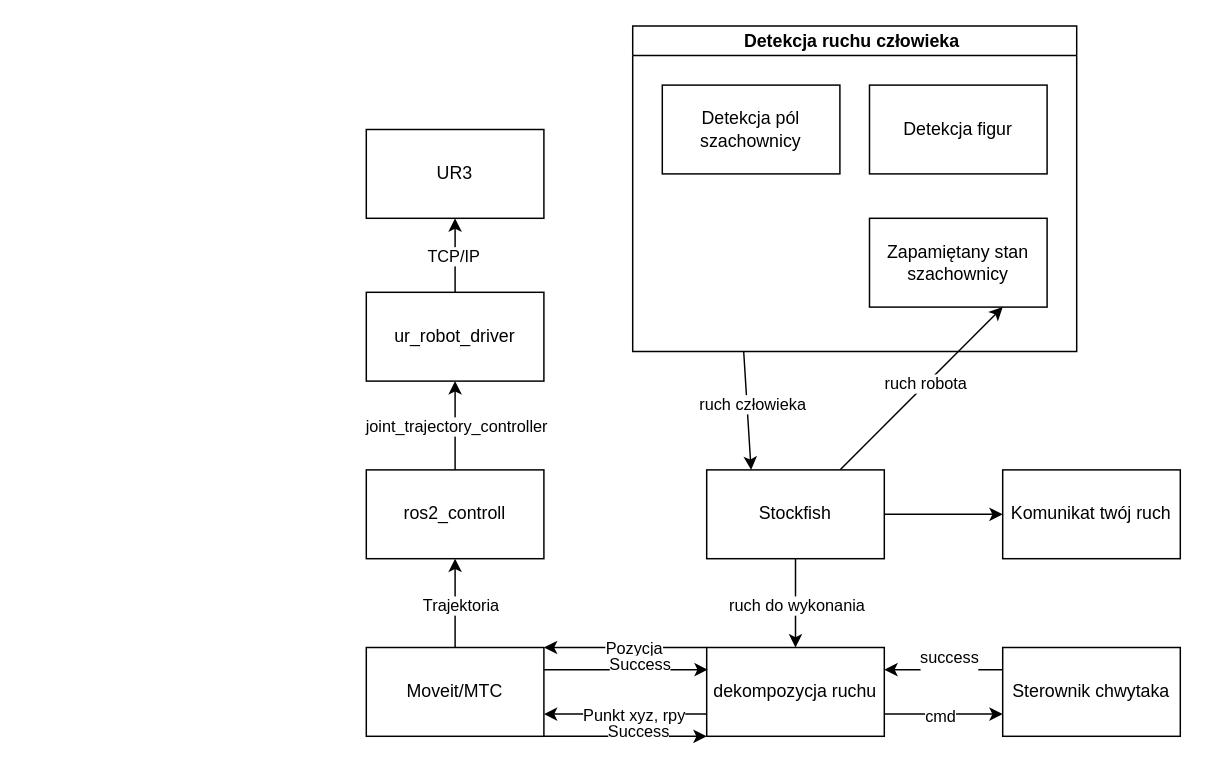
Above: diagram.drawio in igorsiata/ur3_chess_player (draw.io), before the change. Source tidied: cells renumbered, new cells numbered last; positions are measured from the earlier drawing's top-left corner, leaving out a move shared by most shapes. Both pictures are drawn from the tidied source at 148%, with x=0, y=0 at pixel (366, 25).
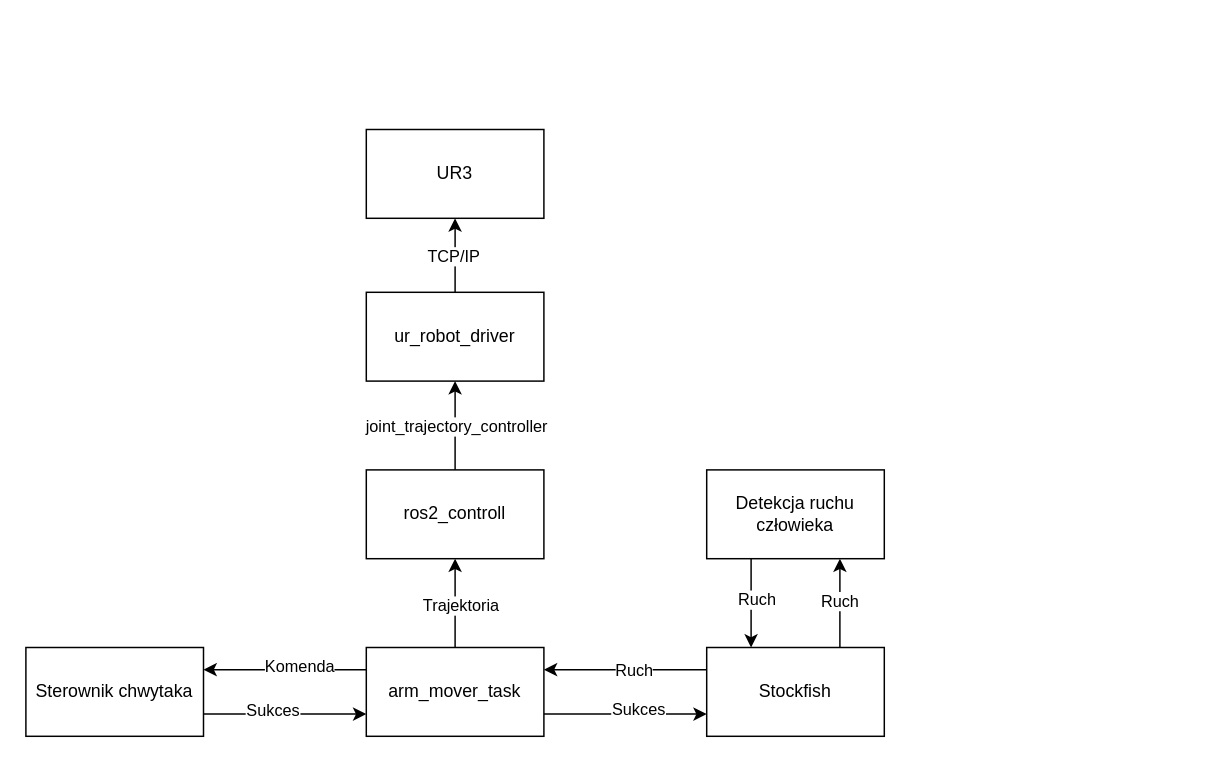
After the change.

Diff of the diagram source:
```diff
@@
-    <mxCell id="8" style="edgeStyle=none;html=1;exitX=1;exitY=1;exitDx=0;exitDy=0;entryX=0;entryY=1;entryDx=0;entryDy=0;" parent="1" edge="1" source="10" target="26">
-      <mxGeometry relative="1" as="geometry" />
-    </mxCell>
-    <mxCell id="9" value="Success" style="edgeLabel;html=1;align=center;verticalAlign=middle;" parent="8" vertex="1">
-      <mxGeometry x="0.15" y="4" relative="1" as="geometry" />
-    </mxCell>
+    <mxCell id="39" style="edgeStyle=none;html=1;exitX=0;exitY=0.25;exitDx=0;exitDy=0;entryX=1;entryY=0.25;entryDx=0;entryDy=0;" parent="1" edge="1" source="10" target="29">
+      <mxGeometry relative="1" as="geometry" />
+    </mxCell>
+    <mxCell id="40" value="Komenda" style="edgeLabel;html=1;align=center;verticalAlign=middle;" parent="39" vertex="1">
+      <mxGeometry x="-0.17" y="-3" relative="1" as="geometry" />
+    </mxCell>
-    <mxCell id="10" value="Moveit/MTC" style="rounded=0;whiteSpace=wrap;html=1;" parent="1" vertex="1">
+    <mxCell id="10" value="arm_mover_task" style="rounded=0;whiteSpace=wrap;html=1;" parent="1" vertex="1">
       <mxGeometry y="420" width="120" height="60" as="geometry" />
     </mxCell>
@@
-    <mxCell id="14" style="edgeStyle=none;html=1;" parent="1" edge="1" source="19" target="26">
-      <mxGeometry relative="1" as="geometry" />
-    </mxCell>
-    <mxCell id="15" value="ruch do wykonania" style="edgeLabel;html=1;align=center;verticalAlign=middle;" parent="14" vertex="1">
-      <mxGeometry x="0.02" relative="1" as="geometry" />
-    </mxCell>
-    <mxCell id="16" style="edgeStyle=none;html=1;exitX=1;exitY=0.5;exitDx=0;exitDy=0;entryX=0;entryY=0.5;entryDx=0;entryDy=0;" parent="1" edge="1" source="19" target="32">
-      <mxGeometry relative="1" as="geometry" />
-    </mxCell>
-    <mxCell id="17" style="edgeStyle=none;html=1;exitX=0.75;exitY=0;exitDx=0;exitDy=0;entryX=0.75;entryY=1;entryDx=0;entryDy=0;" parent="1" edge="1" source="19" target="38">
+    <mxCell id="17" style="edgeStyle=none;html=1;exitX=0.75;exitY=0;exitDx=0;exitDy=0;entryX=0.75;entryY=1;entryDx=0;entryDy=0;" parent="1" edge="1" source="26" target="35">
       <mxGeometry relative="1" as="geometry" />
     </mxCell>
-    <mxCell id="18" value="ruch robota" style="edgeLabel;html=1;align=center;verticalAlign=middle;" parent="17" vertex="1">
+    <mxCell id="18" value="Ruch" style="edgeLabel;html=1;align=center;verticalAlign=middle;" parent="17" vertex="1">
       <mxGeometry x="0.05" y="1" relative="1" as="geometry" />
     </mxCell>
-    <mxCell id="19" value="Stockfish" style="rounded=0;whiteSpace=wrap;html=1;" parent="1" vertex="1">
-      <mxGeometry x="230" y="300" width="120" height="60" as="geometry" />
-    </mxCell>
-    <mxCell id="20" style="edgeStyle=none;html=1;exitX=1;exitY=0.75;exitDx=0;exitDy=0;entryX=0;entryY=0.75;entryDx=0;entryDy=0;" parent="1" edge="1" source="26" target="29">
-      <mxGeometry relative="1" as="geometry" />
-    </mxCell>
-    <mxCell id="21" value="cmd" style="edgeLabel;html=1;align=center;verticalAlign=middle;" parent="20" vertex="1">
-      <mxGeometry x="-0.08" y="-1" relative="1" as="geometry" />
-    </mxCell>
-    <mxCell id="22" style="edgeStyle=none;html=1;exitX=0;exitY=0.75;exitDx=0;exitDy=0;entryX=1;entryY=0.75;entryDx=0;entryDy=0;" parent="1" edge="1" source="26" target="10">
-      <mxGeometry relative="1" as="geometry" />
-    </mxCell>
-    <mxCell id="23" value="Punkt xyz, rpy" style="edgeLabel;html=1;align=center;verticalAlign=middle;" parent="22" vertex="1">
-      <mxGeometry x="-0.09" relative="1" as="geometry" />
-    </mxCell>
-    <mxCell id="24" style="edgeStyle=none;html=1;exitX=0;exitY=0;exitDx=0;exitDy=0;entryX=1;entryY=0;entryDx=0;entryDy=0;" parent="1" edge="1" source="26" target="10">
+    <mxCell id="24" style="edgeStyle=none;html=1;exitX=0;exitY=0.25;exitDx=0;exitDy=0;entryX=1;entryY=0.25;entryDx=0;entryDy=0;" parent="1" edge="1" source="26" target="10">
       <mxGeometry relative="1" as="geometry" />
     </mxCell>
-    <mxCell id="25" value="Pozycja" style="edgeLabel;html=1;align=center;verticalAlign=middle;" parent="24" vertex="1">
+    <mxCell id="25" value="Ruch" style="edgeLabel;html=1;align=center;verticalAlign=middle;" parent="24" vertex="1">
       <mxGeometry x="0.22" y="1" relative="1" as="geometry">
         <mxPoint x="17" y="-1" as="offset" />
       </mxGeometry>
     </mxCell>
-    <mxCell id="26" value="dekompozycja ruchu" style="rounded=0;whiteSpace=wrap;html=1;" parent="1" vertex="1">
+    <mxCell id="26" value="Stockfish" style="rounded=0;whiteSpace=wrap;html=1;" parent="1" vertex="1">
       <mxGeometry x="230" y="420" width="120" height="60" as="geometry" />
     </mxCell>
-    <mxCell id="27" style="edgeStyle=none;html=1;entryX=1;entryY=0.25;entryDx=0;entryDy=0;exitX=0;exitY=0.25;exitDx=0;exitDy=0;" parent="1" edge="1" source="29" target="26">
-      <mxGeometry relative="1" as="geometry" />
-    </mxCell>
-    <mxCell id="28" value="success&lt;div&gt;&lt;br&gt;&lt;/div&gt;" style="edgeLabel;html=1;align=center;verticalAlign=middle;" parent="27" vertex="1">
-      <mxGeometry x="-0.08" y="-2" relative="1" as="geometry" />
-    </mxCell>
+    <mxCell id="41" style="edgeStyle=none;html=1;exitX=1;exitY=0.75;exitDx=0;exitDy=0;entryX=0;entryY=0.75;entryDx=0;entryDy=0;" parent="1" edge="1" source="29" target="10">
+      <mxGeometry relative="1" as="geometry" />
+    </mxCell>
+    <mxCell id="42" value="Sukces" style="edgeLabel;html=1;align=center;verticalAlign=middle;" parent="41" vertex="1">
+      <mxGeometry x="-0.17" y="3" relative="1" as="geometry" />
+    </mxCell>
     <mxCell id="29" value="Sterownik chwytaka" style="rounded=0;whiteSpace=wrap;html=1;" parent="1" vertex="1">
-      <mxGeometry x="430" y="420" width="120" height="60" as="geometry" />
+      <mxGeometry x="-230" y="420" width="120" height="60" as="geometry" />
     </mxCell>
-    <mxCell id="30" style="edgeStyle=none;html=1;entryX=0.006;entryY=0.25;entryDx=0;entryDy=0;entryPerimeter=0;exitX=1;exitY=0.25;exitDx=0;exitDy=0;" parent="1" edge="1" source="10" target="26">
+    <mxCell id="30" style="edgeStyle=none;html=1;entryX=0;entryY=0.75;entryDx=0;entryDy=0;exitX=1;exitY=0.75;exitDx=0;exitDy=0;" parent="1" edge="1" source="10" target="26">
       <mxGeometry relative="1" as="geometry" />
     </mxCell>
-    <mxCell id="31" value="Success" style="edgeLabel;html=1;align=center;verticalAlign=middle;" parent="30" vertex="1">
+    <mxCell id="31" value="Sukces" style="edgeLabel;html=1;align=center;verticalAlign=middle;" parent="30" vertex="1">
       <mxGeometry x="0.15" y="4" relative="1" as="geometry" />
     </mxCell>
-    <mxCell id="32" value="Komunikat twój ruch" style="rounded=0;whiteSpace=wrap;html=1;" parent="1" vertex="1">
-      <mxGeometry x="430" y="300" width="120" height="60" as="geometry" />
-    </mxCell>
-    <mxCell id="33" style="edgeStyle=none;html=1;entryX=0.25;entryY=0;entryDx=0;entryDy=0;exitX=0.25;exitY=1;exitDx=0;exitDy=0;" parent="1" edge="1" source="35" target="19">
+    <mxCell id="33" style="edgeStyle=none;html=1;entryX=0.25;entryY=0;entryDx=0;entryDy=0;exitX=0.25;exitY=1;exitDx=0;exitDy=0;" parent="1" edge="1" source="35" target="26">
       <mxGeometry relative="1" as="geometry" />
     </mxCell>
-    <mxCell id="34" value="ruch człowieka" style="edgeLabel;html=1;align=center;verticalAlign=middle;" parent="33" vertex="1">
+    <mxCell id="34" value="Ruch" style="edgeLabel;html=1;align=center;verticalAlign=middle;" parent="33" vertex="1">
       <mxGeometry x="-0.09" y="3" relative="1" as="geometry" />
     </mxCell>
-    <mxCell id="35" value="Detekcja ruchu człowieka " style="swimlane;startSize=20;horizontal=1;containerType=tree;" parent="1" vertex="1">
-      <mxGeometry x="180" width="300" height="220" as="geometry" />
+    <mxCell id="35" value="Detekcja ruchu człowieka" style="rounded=0;whiteSpace=wrap;html=1;" parent="1" vertex="1">
+      <mxGeometry x="230" y="300" width="120" height="60" as="geometry" />
     </mxCell>
-    <mxCell id="36" value="Detekcja pól szachownicy" style="rounded=0;whiteSpace=wrap;html=1;" parent="35" vertex="1">
-      <mxGeometry x="20" y="40" width="120" height="60" as="geometry" />
-    </mxCell>
-    <mxCell id="37" value="Detekcja figur" style="rounded=0;whiteSpace=wrap;html=1;" parent="35" vertex="1">
-      <mxGeometry x="160" y="40" width="120" height="60" as="geometry" />
-    </mxCell>
-    <mxCell id="38" value="Zapamiętany stan szachownicy" style="whiteSpace=wrap;html=1;" parent="35" vertex="1">
-      <mxGeometry x="160" y="130" width="120" height="60" as="geometry" />
-    </mxCell>
```
